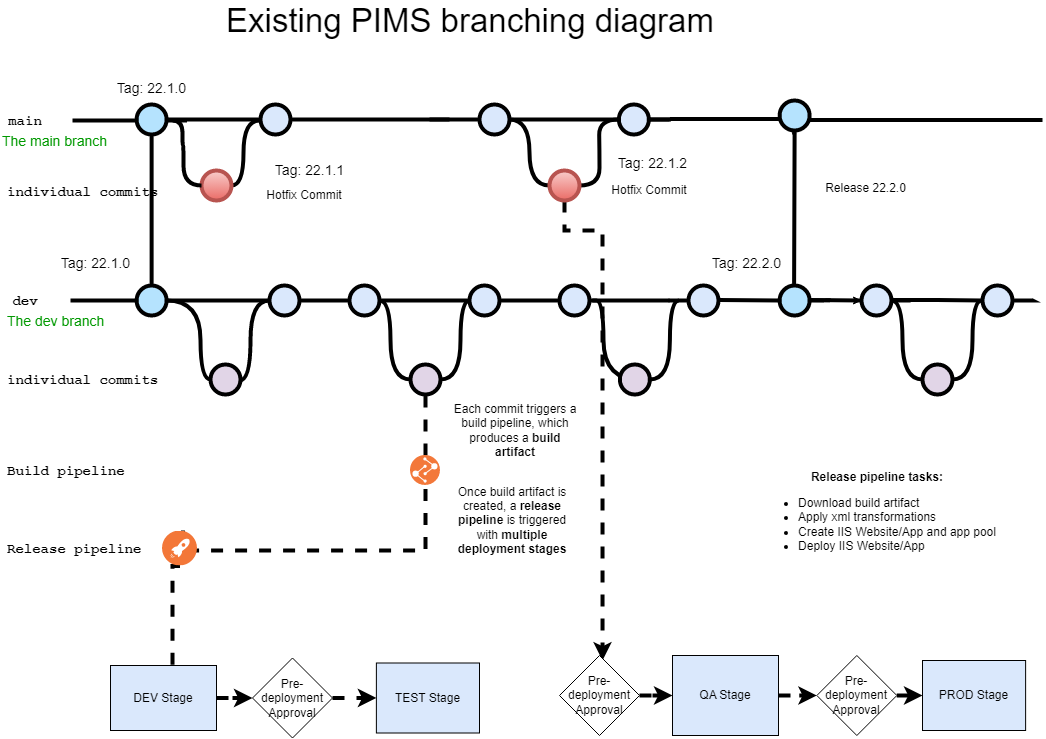
The draw.io diagram template-data.drawio.png in pivko4life/workstuff, before a commit. Source tidied: cells renumbered, new cells last; positions are measured from the earlier drawing's top-left corner, leaving out a move shared by most shapes.
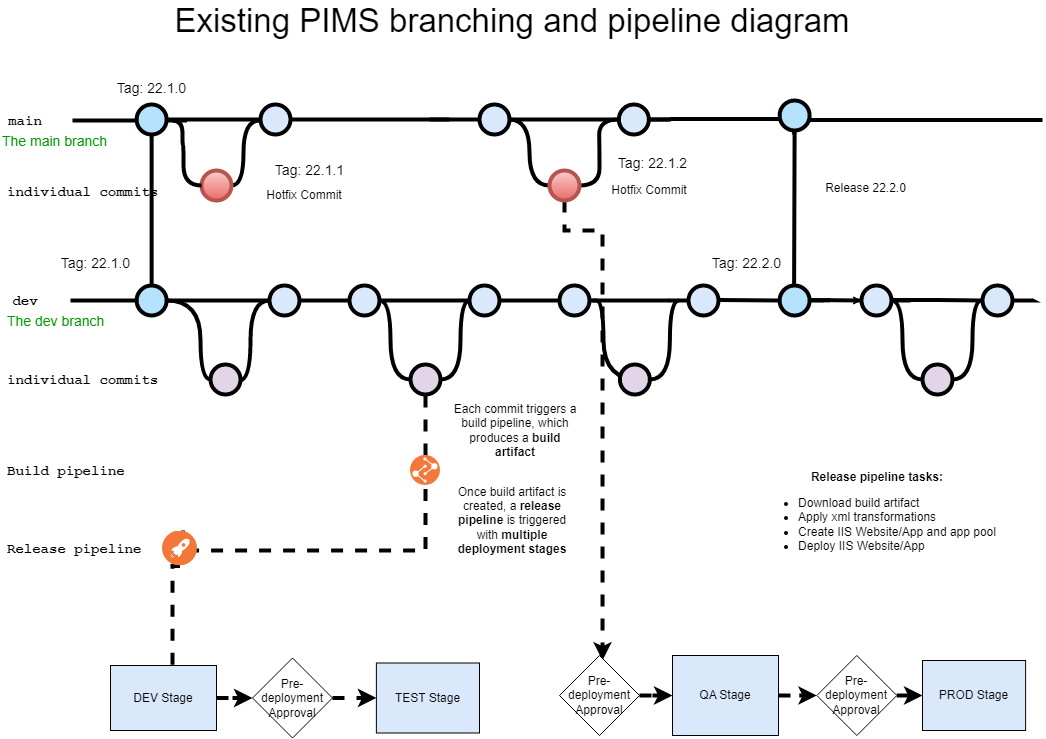
After the change.

Diff of the diagram source:
```diff
@@ -2,8 +2,8 @@
   <root>
     <mxCell id="0" />
     <mxCell id="1" parent="0" />
-    <mxCell id="2" value="Existing PIMS branching diagram" style="text;html=1;strokeColor=none;fillColor=none;align=center;verticalAlign=middle;whiteSpace=wrap;rounded=0;fontSize=33;fontColor=#000000;" parent="1" vertex="1">
-      <mxGeometry x="201" width="538" height="40" as="geometry" />
+    <mxCell id="2" value="Existing PIMS branching and pipeline diagram" style="text;html=1;strokeColor=none;fillColor=none;align=center;verticalAlign=middle;whiteSpace=wrap;rounded=0;fontSize=33;fontColor=#000000;" parent="1" vertex="1">
+      <mxGeometry x="117" width="790" height="40" as="geometry" />
     </mxCell>
     <mxCell id="3" style="edgeStyle=orthogonalEdgeStyle;rounded=0;html=1;jettySize=auto;plain-blue;endArrow=none;endFill=0;strokeWidth=4;strokeColor=#000000;startArrow=none;" parent="1" edge="1" source="42" target="7">
       <mxGeometry x="201.5" y="320" as="geometry" />
```
